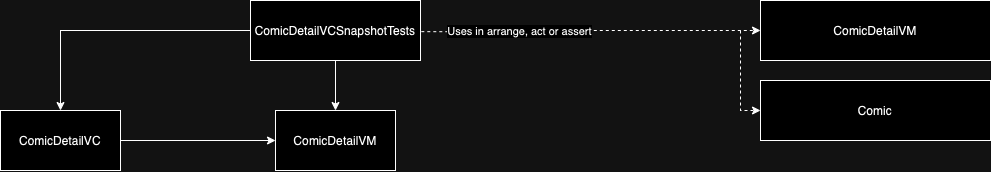
This is MarvelSampleTests/Tests/ComicDetail/ComicDetail/ComicDetailVCSnapshotTests.drawio.png from hiren9697/MavelSample, a draw.io export, as it was before one commit. Source tidied: cells renumbered, new cells last; positions are measured from the earlier drawing's top-left corner, leaving out a move shared by most shapes.
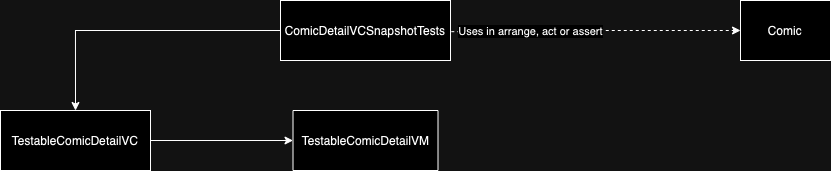
The same diagram one commit later.

The edit, as a diff of the source:
```diff
@@ -2,45 +2,31 @@
   <root>
     <mxCell id="0" />
     <mxCell id="1" parent="0" />
-    <mxCell id="2" style="edgeStyle=orthogonalEdgeStyle;rounded=0;jettySize=auto;html=1;entryX=0;entryY=0.5;entryDx=0;entryDy=0;dashed=1;exitX=1.02;exitY=0.184;exitDx=0;exitDy=0;exitPerimeter=0;" parent="1" edge="1" target="4">
-      <mxGeometry relative="1" as="geometry">
-        <mxPoint x="372.8" y="31" as="sourcePoint" />
-      </mxGeometry>
-    </mxCell>
+    <mxCell id="13" style="edgeStyle=orthogonalEdgeStyle;rounded=0;jettySize=auto;html=1;entryX=0;entryY=0.5;entryDx=0;entryDy=0;dashed=1;exitX=1.02;exitY=0.184;exitDx=0;exitDy=0;exitPerimeter=0;" parent="1" edge="1" target="5">
+      <mxGeometry relative="1" as="geometry">
+        <mxPoint x="-257.2" y="-889" as="sourcePoint" />
+      </mxGeometry>
+    </mxCell>
-    <mxCell id="3" value="Uses in arrange, act or assert" style="edgeLabel;html=1;align=center;verticalAlign=middle;" parent="2" vertex="1">
+    <mxCell id="3" value="Uses in arrange, act or assert" style="edgeLabel;html=1;align=center;verticalAlign=middle;" parent="13" vertex="1">
       <mxGeometry x="-0.25" y="1" relative="1" as="geometry" />
     </mxCell>
-    <mxCell id="4" value="ComicDetailVM" style="rounded=0;whiteSpace=wrap;html=1;" parent="1" vertex="1">
-      <mxGeometry x="760" width="230" height="60" as="geometry" />
-    </mxCell>
     <mxCell id="5" value="Comic" style="rounded=0;whiteSpace=wrap;html=1;" parent="1" vertex="1">
-      <mxGeometry x="760" y="80" width="230" height="60" as="geometry" />
+      <mxGeometry x="80" y="-920" width="90" height="60" as="geometry" />
     </mxCell>
-    <mxCell id="6" style="endArrow=classic;html=1;rounded=0;entryX=0;entryY=0.5;entryDx=0;entryDy=0;dashed=1;" parent="1" edge="1" target="5">
-      <mxGeometry relative="1" as="geometry">
-        <mxPoint x="740" y="30" as="sourcePoint" />
-        <Array as="points">
-          <mxPoint x="740" y="110" />
-        </Array>
-      </mxGeometry>
-    </mxCell>
-    <mxCell id="7" style="edgeStyle=orthogonalEdgeStyle;rounded=0;jettySize=auto;html=1;entryX=0.5;entryY=0;entryDx=0;entryDy=0;" parent="1" edge="1" source="9" target="11">
-      <mxGeometry relative="1" as="geometry" />
-    </mxCell>
-    <mxCell id="8" style="edgeStyle=orthogonalEdgeStyle;rounded=0;jettySize=auto;html=1;entryX=0.5;entryY=0;entryDx=0;entryDy=0;" parent="1" edge="1" source="9" target="12">
-      <mxGeometry relative="1" as="geometry" />
-    </mxCell>
+    <mxCell id="14" style="edgeStyle=orthogonalEdgeStyle;rounded=0;jettySize=auto;html=1;entryX=0.5;entryY=0;entryDx=0;entryDy=0;" parent="1" edge="1" source="9" target="16">
+      <mxGeometry relative="1" as="geometry" />
+    </mxCell>
     <mxCell id="9" value="ComicDetailVCSnapshotTests" style="rounded=0;whiteSpace=wrap;html=1;" parent="1" vertex="1">
-      <mxGeometry x="250" width="170" height="60" as="geometry" />
+      <mxGeometry x="-380" y="-920" width="170" height="60" as="geometry" />
     </mxCell>
-    <mxCell id="10" style="edgeStyle=orthogonalEdgeStyle;rounded=0;jettySize=auto;html=1;" parent="1" edge="1" source="11" target="12">
-      <mxGeometry relative="1" as="geometry" />
-    </mxCell>
-    <mxCell id="11" value="ComicDetailVC" style="rounded=0;whiteSpace=wrap;html=1;" parent="1" vertex="1">
-      <mxGeometry y="110" width="120" height="60" as="geometry" />
-    </mxCell>
-    <mxCell id="12" value="ComicDetailVM" style="rounded=0;whiteSpace=wrap;html=1;" parent="1" vertex="1">
-      <mxGeometry x="275" y="110" width="120" height="60" as="geometry" />
-    </mxCell>
+    <mxCell id="15" style="edgeStyle=orthogonalEdgeStyle;rounded=0;jettySize=auto;html=1;" parent="1" edge="1" source="16" target="17">
+      <mxGeometry relative="1" as="geometry" />
+    </mxCell>
+    <mxCell id="16" value="TestableComicDetailVC" style="rounded=0;whiteSpace=wrap;html=1;" parent="1" vertex="1">
+      <mxGeometry x="-660" y="-810" width="150" height="60" as="geometry" />
+    </mxCell>
+    <mxCell id="17" value="TestableComicDetailVM" style="rounded=0;whiteSpace=wrap;html=1;" parent="1" vertex="1">
+      <mxGeometry x="-367.5" y="-810" width="145" height="60" as="geometry" />
+    </mxCell>
   </root>
 </mxGraphModel>
```
